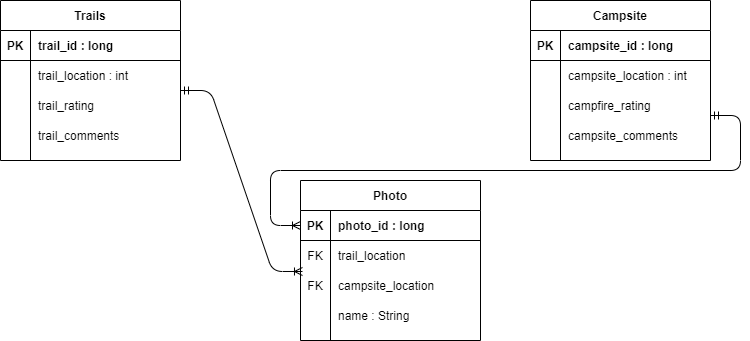
Before: docs/img/erd.png, a diagram exported from draw.io (nm-trailmaster/nm-trailmaster.github.io). Source tidied: cells renumbered, new cells last; positions are measured from the earlier drawing's top-left corner, leaving out a move shared by most shapes. Source of this version:
```xml
<mxGraphModel>
  <root>
    <mxCell id="0" />
    <mxCell id="1" parent="0" />
    <mxCell id="2" value="Campsite" style="shape=table;startSize=30;rowLines=0;fontStyle=1;align=center;" parent="1" vertex="1">
      <mxGeometry x="530" width="180" height="160" as="geometry" />
    </mxCell>
    <mxCell id="3" style="shape=partialRectangle;fillColor=none;top=0;left=0;bottom=1;right=0;" parent="2" vertex="1">
      <mxGeometry y="30" width="180" height="30" as="geometry" />
    </mxCell>
    <mxCell id="4" value="PK" style="shape=partialRectangle;fillColor=none;top=0;left=0;bottom=0;right=0;fontStyle=1;overflow=hidden;" parent="3" vertex="1">
      <mxGeometry width="30" height="30" as="geometry" />
    </mxCell>
    <mxCell id="5" value="campsite_id : long" style="shape=partialRectangle;fillColor=none;top=0;left=0;bottom=0;right=0;align=left;spacingLeft=6;fontStyle=1;overflow=hidden;" parent="3" vertex="1">
      <mxGeometry x="30" width="150" height="30" as="geometry" />
    </mxCell>
    <mxCell id="6" style="shape=partialRectangle;fillColor=none;top=0;left=0;bottom=0;right=0;" parent="2" vertex="1">
      <mxGeometry y="60" width="180" height="30" as="geometry" />
    </mxCell>
    <mxCell id="7" style="shape=partialRectangle;fillColor=none;top=0;left=0;bottom=0;right=0;overflow=hidden;" parent="6" vertex="1">
      <mxGeometry width="30" height="30" as="geometry" />
    </mxCell>
    <mxCell id="8" value="campsite_location : int" style="shape=partialRectangle;fillColor=none;top=0;left=0;bottom=0;right=0;align=left;spacingLeft=6;overflow=hidden;" parent="6" vertex="1">
      <mxGeometry x="30" width="150" height="30" as="geometry" />
    </mxCell>
    <mxCell id="9" style="shape=partialRectangle;fillColor=none;top=0;left=0;bottom=0;right=0;points=[[0,0.5],[1,0.5]];portConstraint=eastwest;" parent="2" vertex="1">
      <mxGeometry y="90" width="180" height="30" as="geometry" />
    </mxCell>
    <mxCell id="10" style="shape=partialRectangle;fillColor=none;top=0;left=0;bottom=0;right=0;overflow=hidden;" parent="9" vertex="1">
      <mxGeometry width="30" height="30" as="geometry" />
    </mxCell>
    <mxCell id="11" value="campfire_rating" style="shape=partialRectangle;fillColor=none;top=0;left=0;bottom=0;right=0;align=left;spacingLeft=6;overflow=hidden;" parent="9" vertex="1">
      <mxGeometry x="30" width="150" height="30" as="geometry" />
    </mxCell>
    <mxCell id="12" style="shape=partialRectangle;fillColor=none;top=0;left=0;bottom=0;right=0;" parent="2" vertex="1">
      <mxGeometry y="120" width="180" height="30" as="geometry" />
    </mxCell>
    <mxCell id="13" style="shape=partialRectangle;fillColor=none;top=0;left=0;bottom=0;right=0;overflow=hidden;" parent="12" vertex="1">
      <mxGeometry width="30" height="30" as="geometry" />
    </mxCell>
    <mxCell id="14" value="campsite_comments" style="shape=partialRectangle;fillColor=none;top=0;left=0;bottom=0;right=0;align=left;spacingLeft=6;overflow=hidden;" parent="12" vertex="1">
      <mxGeometry x="30" width="150" height="30" as="geometry" />
    </mxCell>
    <mxCell id="15" value="Trails" style="shape=table;startSize=30;rowLines=0;fontStyle=1;align=center;" parent="1" vertex="1">
      <mxGeometry width="180" height="160" as="geometry" />
    </mxCell>
    <mxCell id="16" style="shape=partialRectangle;fillColor=none;top=0;left=0;bottom=1;right=0;" parent="15" vertex="1">
      <mxGeometry y="30" width="180" height="30" as="geometry" />
    </mxCell>
    <mxCell id="17" value="PK" style="shape=partialRectangle;fillColor=none;top=0;left=0;bottom=0;right=0;fontStyle=1;overflow=hidden;" parent="16" vertex="1">
      <mxGeometry width="30" height="30" as="geometry" />
    </mxCell>
    <mxCell id="18" value="trail_id : long" style="shape=partialRectangle;fillColor=none;top=0;left=0;bottom=0;right=0;align=left;spacingLeft=6;fontStyle=1;overflow=hidden;" parent="16" vertex="1">
      <mxGeometry x="30" width="150" height="30" as="geometry" />
    </mxCell>
    <mxCell id="19" style="shape=partialRectangle;fillColor=none;top=0;left=0;bottom=0;right=0;" parent="15" vertex="1">
      <mxGeometry y="60" width="180" height="30" as="geometry" />
    </mxCell>
    <mxCell id="20" style="shape=partialRectangle;fillColor=none;top=0;left=0;bottom=0;right=0;overflow=hidden;" parent="19" vertex="1">
      <mxGeometry width="30" height="30" as="geometry" />
    </mxCell>
    <mxCell id="21" value="trail_location : int" style="shape=partialRectangle;fillColor=none;top=0;left=0;bottom=0;right=0;align=left;spacingLeft=6;overflow=hidden;" parent="19" vertex="1">
      <mxGeometry x="30" width="150" height="30" as="geometry" />
    </mxCell>
    <mxCell id="22" style="shape=partialRectangle;fillColor=none;top=0;left=0;bottom=0;right=0;points=[[0,0.5],[1,0.5]];portConstraint=eastwest;" parent="15" vertex="1">
      <mxGeometry y="90" width="180" height="30" as="geometry" />
    </mxCell>
    <mxCell id="23" style="shape=partialRectangle;fillColor=none;top=0;left=0;bottom=0;right=0;overflow=hidden;" parent="22" vertex="1">
      <mxGeometry width="30" height="30" as="geometry" />
    </mxCell>
    <mxCell id="24" value="trail_rating" style="shape=partialRectangle;fillColor=none;top=0;left=0;bottom=0;right=0;align=left;spacingLeft=6;overflow=hidden;" parent="22" vertex="1">
      <mxGeometry x="30" width="150" height="30" as="geometry" />
    </mxCell>
    <mxCell id="25" style="shape=partialRectangle;fillColor=none;top=0;left=0;bottom=0;right=0;" parent="15" vertex="1">
      <mxGeometry y="120" width="180" height="30" as="geometry" />
    </mxCell>
    <mxCell id="26" style="shape=partialRectangle;fillColor=none;top=0;left=0;bottom=0;right=0;overflow=hidden;" parent="25" vertex="1">
      <mxGeometry width="30" height="30" as="geometry" />
    </mxCell>
    <mxCell id="27" value="trail_comments" style="shape=partialRectangle;fillColor=none;top=0;left=0;bottom=0;right=0;align=left;spacingLeft=6;overflow=hidden;" parent="25" vertex="1">
      <mxGeometry x="30" width="150" height="30" as="geometry" />
    </mxCell>
    <mxCell id="28" style="edgeStyle=entityRelationEdgeStyle;fontSize=12;html=1;endArrow=ERoneToMany;startArrow=ERmandOne;entryX=0.011;entryY=0.033;entryDx=0;entryDy=0;entryPerimeter=0;" parent="1" edge="1" target="37">
      <mxGeometry relative="1" as="geometry">
        <mxPoint x="180" y="90" as="sourcePoint" />
      </mxGeometry>
    </mxCell>
    <mxCell id="29" style="edgeStyle=entityRelationEdgeStyle;fontSize=12;html=1;endArrow=ERoneToMany;startArrow=ERmandOne;entryX=0;entryY=0.5;entryDx=0;entryDy=0;" parent="1" edge="1" target="31">
      <mxGeometry relative="1" as="geometry">
        <mxPoint x="710" y="115" as="sourcePoint" />
      </mxGeometry>
    </mxCell>
    <mxCell id="30" value="Photo" style="shape=table;startSize=30;rowLines=0;fontStyle=1;align=center;" parent="1" vertex="1">
      <mxGeometry x="300" y="180" width="180" height="160" as="geometry" />
    </mxCell>
    <mxCell id="31" style="shape=partialRectangle;fillColor=none;top=0;left=0;bottom=1;right=0;points=[[0,0.5],[1,0.5]];portConstraint=eastwest;" parent="30" vertex="1">
      <mxGeometry y="30" width="180" height="30" as="geometry" />
    </mxCell>
    <mxCell id="32" value="PK" style="shape=partialRectangle;fillColor=none;top=0;left=0;bottom=0;right=0;fontStyle=1;overflow=hidden;" parent="31" vertex="1">
      <mxGeometry width="30" height="30" as="geometry" />
    </mxCell>
    <mxCell id="33" value="photo_id : long" style="shape=partialRectangle;fillColor=none;top=0;left=0;bottom=0;right=0;align=left;spacingLeft=6;fontStyle=1;overflow=hidden;" parent="31" vertex="1">
      <mxGeometry x="30" width="150" height="30" as="geometry" />
    </mxCell>
    <mxCell id="34" style="shape=partialRectangle;fillColor=none;top=0;left=0;bottom=0;right=0;" parent="30" vertex="1">
      <mxGeometry y="60" width="180" height="30" as="geometry" />
    </mxCell>
    <mxCell id="35" value="FK" style="shape=partialRectangle;fillColor=none;top=0;left=0;bottom=0;right=0;overflow=hidden;" parent="34" vertex="1">
      <mxGeometry width="30" height="30" as="geometry" />
    </mxCell>
    <mxCell id="36" value="trail_location" style="shape=partialRectangle;fillColor=none;top=0;left=0;bottom=0;right=0;align=left;spacingLeft=6;overflow=hidden;" parent="34" vertex="1">
      <mxGeometry x="30" width="150" height="30" as="geometry" />
    </mxCell>
    <mxCell id="37" style="shape=partialRectangle;fillColor=none;top=0;left=0;bottom=0;right=0;points=[[0,0.5],[1,0.5]];portConstraint=eastwest;" parent="30" vertex="1">
      <mxGeometry y="90" width="180" height="30" as="geometry" />
    </mxCell>
    <mxCell id="38" value="FK" style="shape=partialRectangle;fillColor=none;top=0;left=0;bottom=0;right=0;overflow=hidden;" parent="37" vertex="1">
      <mxGeometry width="30" height="30" as="geometry" />
    </mxCell>
    <mxCell id="39" value="campsite_location" style="shape=partialRectangle;fillColor=none;top=0;left=0;bottom=0;right=0;align=left;spacingLeft=6;overflow=hidden;" parent="37" vertex="1">
      <mxGeometry x="30" width="150" height="30" as="geometry" />
    </mxCell>
    <mxCell id="40" style="shape=partialRectangle;fillColor=none;top=0;left=0;bottom=0;right=0;" parent="30" vertex="1">
      <mxGeometry y="120" width="180" height="30" as="geometry" />
    </mxCell>
    <mxCell id="41" style="shape=partialRectangle;fillColor=none;top=0;left=0;bottom=0;right=0;overflow=hidden;" parent="40" vertex="1">
      <mxGeometry width="30" height="30" as="geometry" />
    </mxCell>
    <mxCell id="42" value="name : String" style="shape=partialRectangle;fillColor=none;top=0;left=0;bottom=0;right=0;align=left;spacingLeft=6;overflow=hidden;" parent="40" vertex="1">
      <mxGeometry x="30" width="150" height="30" as="geometry" />
    </mxCell>
  </root>
</mxGraphModel>
```
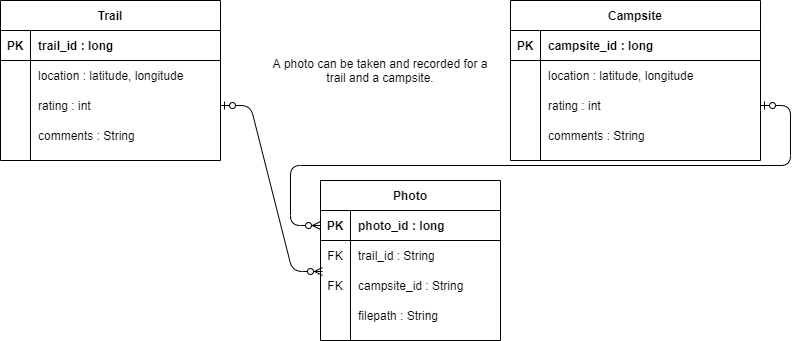
The same file after the commit.

What changed in the source:
```diff
@@ -3,92 +3,88 @@
     <mxCell id="0" />
     <mxCell id="1" parent="0" />
     <mxCell id="2" value="Campsite" style="shape=table;startSize=30;rowLines=0;fontStyle=1;align=center;" parent="1" vertex="1">
-      <mxGeometry x="530" width="180" height="160" as="geometry" />
+      <mxGeometry x="490" width="250" height="160" as="geometry" />
     </mxCell>
     <mxCell id="3" style="shape=partialRectangle;fillColor=none;top=0;left=0;bottom=1;right=0;" parent="2" vertex="1">
-      <mxGeometry y="30" width="180" height="30" as="geometry" />
+      <mxGeometry y="30" width="250" height="30" as="geometry" />
     </mxCell>
     <mxCell id="4" value="PK" style="shape=partialRectangle;fillColor=none;top=0;left=0;bottom=0;right=0;fontStyle=1;overflow=hidden;" parent="3" vertex="1">
       <mxGeometry width="30" height="30" as="geometry" />
     </mxCell>
     <mxCell id="5" value="campsite_id : long" style="shape=partialRectangle;fillColor=none;top=0;left=0;bottom=0;right=0;align=left;spacingLeft=6;fontStyle=1;overflow=hidden;" parent="3" vertex="1">
-      <mxGeometry x="30" width="150" height="30" as="geometry" />
+      <mxGeometry x="30" width="220" height="30" as="geometry" />
     </mxCell>
     <mxCell id="6" style="shape=partialRectangle;fillColor=none;top=0;left=0;bottom=0;right=0;" parent="2" vertex="1">
-      <mxGeometry y="60" width="180" height="30" as="geometry" />
+      <mxGeometry y="60" width="250" height="30" as="geometry" />
     </mxCell>
     <mxCell id="7" style="shape=partialRectangle;fillColor=none;top=0;left=0;bottom=0;right=0;overflow=hidden;" parent="6" vertex="1">
       <mxGeometry width="30" height="30" as="geometry" />
     </mxCell>
-    <mxCell id="8" value="campsite_location : int" style="shape=partialRectangle;fillColor=none;top=0;left=0;bottom=0;right=0;align=left;spacingLeft=6;overflow=hidden;" parent="6" vertex="1">
-      <mxGeometry x="30" width="150" height="30" as="geometry" />
+    <mxCell id="8" value="location : latitude, longitude" style="shape=partialRectangle;fillColor=none;top=0;left=0;bottom=0;right=0;align=left;spacingLeft=6;overflow=hidden;" parent="6" vertex="1">
+      <mxGeometry x="30" width="220" height="30" as="geometry" />
     </mxCell>
     <mxCell id="9" style="shape=partialRectangle;fillColor=none;top=0;left=0;bottom=0;right=0;points=[[0,0.5],[1,0.5]];portConstraint=eastwest;" parent="2" vertex="1">
-      <mxGeometry y="90" width="180" height="30" as="geometry" />
+      <mxGeometry y="90" width="250" height="30" as="geometry" />
     </mxCell>
     <mxCell id="10" style="shape=partialRectangle;fillColor=none;top=0;left=0;bottom=0;right=0;overflow=hidden;" parent="9" vertex="1">
       <mxGeometry width="30" height="30" as="geometry" />
     </mxCell>
-    <mxCell id="11" value="campfire_rating" style="shape=partialRectangle;fillColor=none;top=0;left=0;bottom=0;right=0;align=left;spacingLeft=6;overflow=hidden;" parent="9" vertex="1">
-      <mxGeometry x="30" width="150" height="30" as="geometry" />
+    <mxCell id="11" value="rating : int" style="shape=partialRectangle;fillColor=none;top=0;left=0;bottom=0;right=0;align=left;spacingLeft=6;overflow=hidden;" parent="9" vertex="1">
+      <mxGeometry x="30" width="220" height="30" as="geometry" />
     </mxCell>
     <mxCell id="12" style="shape=partialRectangle;fillColor=none;top=0;left=0;bottom=0;right=0;" parent="2" vertex="1">
-      <mxGeometry y="120" width="180" height="30" as="geometry" />
+      <mxGeometry y="120" width="250" height="30" as="geometry" />
     </mxCell>
     <mxCell id="13" style="shape=partialRectangle;fillColor=none;top=0;left=0;bottom=0;right=0;overflow=hidden;" parent="12" vertex="1">
       <mxGeometry width="30" height="30" as="geometry" />
     </mxCell>
-    <mxCell id="14" value="campsite_comments" style="shape=partialRectangle;fillColor=none;top=0;left=0;bottom=0;right=0;align=left;spacingLeft=6;overflow=hidden;" parent="12" vertex="1">
-      <mxGeometry x="30" width="150" height="30" as="geometry" />
+    <mxCell id="14" value="comments : String" style="shape=partialRectangle;fillColor=none;top=0;left=0;bottom=0;right=0;align=left;spacingLeft=6;overflow=hidden;" parent="12" vertex="1">
+      <mxGeometry x="30" width="220" height="30" as="geometry" />
     </mxCell>
-    <mxCell id="15" value="Trails" style="shape=table;startSize=30;rowLines=0;fontStyle=1;align=center;" parent="1" vertex="1">
-      <mxGeometry width="180" height="160" as="geometry" />
+    <mxCell id="15" value="Trail" style="shape=table;startSize=30;rowLines=0;fontStyle=1;align=center;" parent="1" vertex="1">
+      <mxGeometry x="-20" width="220" height="160" as="geometry" />
     </mxCell>
     <mxCell id="16" style="shape=partialRectangle;fillColor=none;top=0;left=0;bottom=1;right=0;" parent="15" vertex="1">
-      <mxGeometry y="30" width="180" height="30" as="geometry" />
+      <mxGeometry y="30" width="220" height="30" as="geometry" />
     </mxCell>
     <mxCell id="17" value="PK" style="shape=partialRectangle;fillColor=none;top=0;left=0;bottom=0;right=0;fontStyle=1;overflow=hidden;" parent="16" vertex="1">
       <mxGeometry width="30" height="30" as="geometry" />
     </mxCell>
     <mxCell id="18" value="trail_id : long" style="shape=partialRectangle;fillColor=none;top=0;left=0;bottom=0;right=0;align=left;spacingLeft=6;fontStyle=1;overflow=hidden;" parent="16" vertex="1">
-      <mxGeometry x="30" width="150" height="30" as="geometry" />
+      <mxGeometry x="30" width="190" height="30" as="geometry" />
     </mxCell>
     <mxCell id="19" style="shape=partialRectangle;fillColor=none;top=0;left=0;bottom=0;right=0;" parent="15" vertex="1">
-      <mxGeometry y="60" width="180" height="30" as="geometry" />
+      <mxGeometry y="60" width="220" height="30" as="geometry" />
     </mxCell>
     <mxCell id="20" style="shape=partialRectangle;fillColor=none;top=0;left=0;bottom=0;right=0;overflow=hidden;" parent="19" vertex="1">
       <mxGeometry width="30" height="30" as="geometry" />
     </mxCell>
-    <mxCell id="21" value="trail_location : int" style="shape=partialRectangle;fillColor=none;top=0;left=0;bottom=0;right=0;align=left;spacingLeft=6;overflow=hidden;" parent="19" vertex="1">
-      <mxGeometry x="30" width="150" height="30" as="geometry" />
+    <mxCell id="21" value="location : latitude, longitude" style="shape=partialRectangle;fillColor=none;top=0;left=0;bottom=0;right=0;align=left;spacingLeft=6;overflow=hidden;" parent="19" vertex="1">
+      <mxGeometry x="30" width="190" height="30" as="geometry" />
     </mxCell>
     <mxCell id="22" style="shape=partialRectangle;fillColor=none;top=0;left=0;bottom=0;right=0;points=[[0,0.5],[1,0.5]];portConstraint=eastwest;" parent="15" vertex="1">
-      <mxGeometry y="90" width="180" height="30" as="geometry" />
+      <mxGeometry y="90" width="220" height="30" as="geometry" />
     </mxCell>
     <mxCell id="23" style="shape=partialRectangle;fillColor=none;top=0;left=0;bottom=0;right=0;overflow=hidden;" parent="22" vertex="1">
       <mxGeometry width="30" height="30" as="geometry" />
     </mxCell>
-    <mxCell id="24" value="trail_rating" style="shape=partialRectangle;fillColor=none;top=0;left=0;bottom=0;right=0;align=left;spacingLeft=6;overflow=hidden;" parent="22" vertex="1">
-      <mxGeometry x="30" width="150" height="30" as="geometry" />
+    <mxCell id="24" value="rating : int" style="shape=partialRectangle;fillColor=none;top=0;left=0;bottom=0;right=0;align=left;spacingLeft=6;overflow=hidden;" parent="22" vertex="1">
+      <mxGeometry x="30" width="190" height="30" as="geometry" />
     </mxCell>
     <mxCell id="25" style="shape=partialRectangle;fillColor=none;top=0;left=0;bottom=0;right=0;" parent="15" vertex="1">
-      <mxGeometry y="120" width="180" height="30" as="geometry" />
+      <mxGeometry y="120" width="220" height="30" as="geometry" />
     </mxCell>
     <mxCell id="26" style="shape=partialRectangle;fillColor=none;top=0;left=0;bottom=0;right=0;overflow=hidden;" parent="25" vertex="1">
       <mxGeometry width="30" height="30" as="geometry" />
     </mxCell>
-    <mxCell id="27" value="trail_comments" style="shape=partialRectangle;fillColor=none;top=0;left=0;bottom=0;right=0;align=left;spacingLeft=6;overflow=hidden;" parent="25" vertex="1">
-      <mxGeometry x="30" width="150" height="30" as="geometry" />
+    <mxCell id="27" value="comments : String" style="shape=partialRectangle;fillColor=none;top=0;left=0;bottom=0;right=0;align=left;spacingLeft=6;overflow=hidden;" parent="25" vertex="1">
+      <mxGeometry x="30" width="190" height="30" as="geometry" />
     </mxCell>
-    <mxCell id="28" style="edgeStyle=entityRelationEdgeStyle;fontSize=12;html=1;endArrow=ERoneToMany;startArrow=ERmandOne;entryX=0.011;entryY=0.033;entryDx=0;entryDy=0;entryPerimeter=0;" parent="1" edge="1" target="37">
-      <mxGeometry relative="1" as="geometry">
-        <mxPoint x="180" y="90" as="sourcePoint" />
-      </mxGeometry>
+    <mxCell id="28" style="edgeStyle=entityRelationEdgeStyle;fontSize=12;html=1;endArrow=ERzeroToMany;startArrow=ERzeroToOne;entryX=0.011;entryY=0.033;entryDx=0;entryDy=0;entryPerimeter=0;endFill=1;startFill=1;exitX=1;exitY=0.5;exitDx=0;exitDy=0;" parent="1" edge="1" source="22" target="37">
+      <mxGeometry relative="1" as="geometry" />
     </mxCell>
-    <mxCell id="29" style="edgeStyle=entityRelationEdgeStyle;fontSize=12;html=1;endArrow=ERoneToMany;startArrow=ERmandOne;entryX=0;entryY=0.5;entryDx=0;entryDy=0;" parent="1" edge="1" target="31">
-      <mxGeometry relative="1" as="geometry">
-        <mxPoint x="710" y="115" as="sourcePoint" />
-      </mxGeometry>
+    <mxCell id="29" style="edgeStyle=entityRelationEdgeStyle;fontSize=12;html=1;endArrow=ERzeroToMany;startArrow=ERzeroToOne;entryX=0;entryY=0.5;entryDx=0;entryDy=0;endFill=1;exitX=1;exitY=0.5;exitDx=0;exitDy=0;startFill=1;" parent="1" edge="1" source="9" target="31">
+      <mxGeometry relative="1" as="geometry" />
     </mxCell>
     <mxCell id="30" value="Photo" style="shape=table;startSize=30;rowLines=0;fontStyle=1;align=center;" parent="1" vertex="1">
       <mxGeometry x="300" y="180" width="180" height="160" as="geometry" />
@@ -108,7 +104,7 @@
     <mxCell id="35" value="FK" style="shape=partialRectangle;fillColor=none;top=0;left=0;bottom=0;right=0;overflow=hidden;" parent="34" vertex="1">
       <mxGeometry width="30" height="30" as="geometry" />
     </mxCell>
-    <mxCell id="36" value="trail_location" style="shape=partialRectangle;fillColor=none;top=0;left=0;bottom=0;right=0;align=left;spacingLeft=6;overflow=hidden;" parent="34" vertex="1">
+    <mxCell id="36" value="trail_id : String" style="shape=partialRectangle;fillColor=none;top=0;left=0;bottom=0;right=0;align=left;spacingLeft=6;overflow=hidden;" parent="34" vertex="1">
       <mxGeometry x="30" width="150" height="30" as="geometry" />
     </mxCell>
     <mxCell id="37" style="shape=partialRectangle;fillColor=none;top=0;left=0;bottom=0;right=0;points=[[0,0.5],[1,0.5]];portConstraint=eastwest;" parent="30" vertex="1">
@@ -117,7 +113,7 @@
     <mxCell id="38" value="FK" style="shape=partialRectangle;fillColor=none;top=0;left=0;bottom=0;right=0;overflow=hidden;" parent="37" vertex="1">
       <mxGeometry width="30" height="30" as="geometry" />
     </mxCell>
-    <mxCell id="39" value="campsite_location" style="shape=partialRectangle;fillColor=none;top=0;left=0;bottom=0;right=0;align=left;spacingLeft=6;overflow=hidden;" parent="37" vertex="1">
+    <mxCell id="39" value="campsite_id : String" style="shape=partialRectangle;fillColor=none;top=0;left=0;bottom=0;right=0;align=left;spacingLeft=6;overflow=hidden;" parent="37" vertex="1">
       <mxGeometry x="30" width="150" height="30" as="geometry" />
     </mxCell>
     <mxCell id="40" style="shape=partialRectangle;fillColor=none;top=0;left=0;bottom=0;right=0;" parent="30" vertex="1">
@@ -126,8 +122,11 @@
     <mxCell id="41" style="shape=partialRectangle;fillColor=none;top=0;left=0;bottom=0;right=0;overflow=hidden;" parent="40" vertex="1">
       <mxGeometry width="30" height="30" as="geometry" />
     </mxCell>
-    <mxCell id="42" value="name : String" style="shape=partialRectangle;fillColor=none;top=0;left=0;bottom=0;right=0;align=left;spacingLeft=6;overflow=hidden;" parent="40" vertex="1">
+    <mxCell id="42" value="filepath : String" style="shape=partialRectangle;fillColor=none;top=0;left=0;bottom=0;right=0;align=left;spacingLeft=6;overflow=hidden;" parent="40" vertex="1">
       <mxGeometry x="30" width="150" height="30" as="geometry" />
     </mxCell>
+    <mxCell id="43" value="A photo can be taken and recorded for a trail and a campsite." style="text;html=1;strokeColor=none;fillColor=none;align=center;verticalAlign=middle;whiteSpace=wrap;rounded=0;" parent="1" vertex="1">
+      <mxGeometry x="250" y="20" width="220" height="100" as="geometry" />
+    </mxCell>
   </root>
 </mxGraphModel>
```
